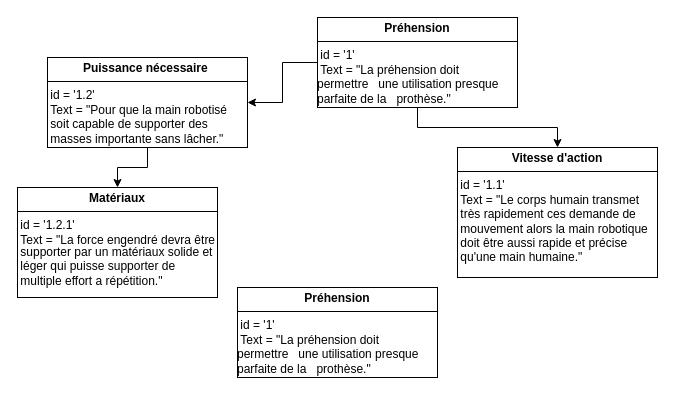
This is Diagramme sans nom.drawio from el2zay/main_robotise, a draw.io file, before an edit. Source tidied: cells renumbered, new cells numbered last; positions are measured from the earlier drawing's top-left corner, leaving out a move shared by most shapes. Both pictures are drawn from the tidied source at 100%, with x=0, y=0 at pixel (17, 17).
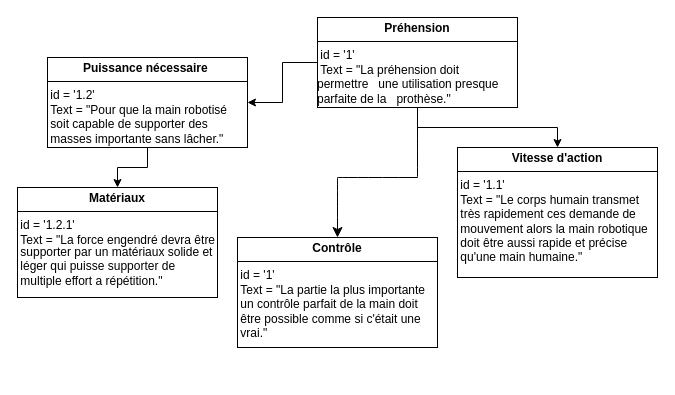
The same diagram, later.

Commit message:
Mettre à jour Diagramme sans nom.drawio

Change to the diagram source:
```diff
@@
 <mxGraphModel>
   <root>
     <mxCell id="0" />
     <mxCell id="1" parent="0" />
     <mxCell id="2" style="edgeStyle=orthogonalEdgeStyle;rounded=0;jettySize=auto;html=1;exitX=0.5;exitY=1;exitDx=0;exitDy=0;entryX=0.5;entryY=0;entryDx=0;entryDy=0;" parent="1" edge="1" source="4" target="5">
       <mxGeometry relative="1" as="geometry" />
     </mxCell>
     <mxCell id="3" style="edgeStyle=orthogonalEdgeStyle;rounded=0;jettySize=auto;html=1;entryX=1;entryY=0.5;entryDx=0;entryDy=0;" parent="1" edge="1" source="4" target="7">
       <mxGeometry relative="1" as="geometry" />
     </mxCell>
     <mxCell id="4" value="&lt;p style=&quot;margin:0px;margin-top:4px;text-align:center;&quot;&gt;&lt;b&gt;Préhension&lt;/b&gt;&lt;/p&gt;&lt;hr size=&quot;1&quot; style=&quot;border-style:solid;&quot;&gt;&amp;nbsp;id = '1'&lt;div style=&quot;height:2px;&quot;&gt;&amp;nbsp;Text = &quot;La préhension doit permettre&amp;nbsp; &amp;nbsp;une utilisation presque parfaite de la&amp;nbsp; &amp;nbsp;prothèse.&quot;&lt;/div&gt;" style="verticalAlign=top;align=left;overflow=fill;html=1;whiteSpace=wrap;" parent="1" vertex="1">
       <mxGeometry x="300" width="200" height="90" as="geometry" />
     </mxCell>
     <mxCell id="5" value="&lt;p style=&quot;margin:0px;margin-top:4px;text-align:center;&quot;&gt;&lt;b&gt;Vitesse d'action&lt;/b&gt;&lt;/p&gt;&lt;hr size=&quot;1&quot; style=&quot;border-style:solid;&quot;&gt;&amp;nbsp;id = '1.1'&lt;div style=&quot;height:2px;&quot;&gt;&amp;nbsp;Text = &quot;Le corps humain transmet&amp;nbsp; &amp;nbsp;très rapidement ces demande de&amp;nbsp; &amp;nbsp;mouvement alors la main robotique&amp;nbsp; &amp;nbsp;doit être aussi rapide et précise&amp;nbsp; &amp;nbsp;qu'une main humaine.&quot;&lt;/div&gt;" style="verticalAlign=top;align=left;overflow=fill;html=1;whiteSpace=wrap;" parent="1" vertex="1">
       <mxGeometry x="440" y="130" width="200" height="130" as="geometry" />
     </mxCell>
     <mxCell id="6" style="edgeStyle=orthogonalEdgeStyle;rounded=0;jettySize=auto;html=1;entryX=0.5;entryY=0;entryDx=0;entryDy=0;" parent="1" edge="1" source="7" target="8">
       <mxGeometry relative="1" as="geometry" />
     </mxCell>
     <mxCell id="7" value="&lt;p style=&quot;margin:0px;margin-top:4px;text-align:center;&quot;&gt;&lt;b&gt;Puissance nécessaire&amp;nbsp;&lt;/b&gt;&lt;/p&gt;&lt;hr size=&quot;1&quot; style=&quot;border-style:solid;&quot;&gt;&amp;nbsp;id = '1.2'&lt;div style=&quot;height:2px;&quot;&gt;&amp;nbsp;Text = &quot;Pour que la main robotisé&amp;nbsp; &amp;nbsp;soit capable de supporter des&amp;nbsp; &amp;nbsp;masses importante sans lâcher.&quot;&lt;/div&gt;" style="verticalAlign=top;align=left;overflow=fill;html=1;whiteSpace=wrap;" parent="1" vertex="1">
       <mxGeometry x="30" y="40" width="200" height="90" as="geometry" />
     </mxCell>
     <mxCell id="8" value="&lt;p style=&quot;margin:0px;margin-top:4px;text-align:center;&quot;&gt;&lt;b&gt;Matériaux&lt;/b&gt;&lt;/p&gt;&lt;hr size=&quot;1&quot; style=&quot;border-style:solid;&quot;&gt;&amp;nbsp;id = '1.2.1'&lt;div style=&quot;height:2px;&quot;&gt;&amp;nbsp;Text = &quot;La force engendré devra être&lt;/div&gt;&lt;div style=&quot;height:2px;&quot;&gt;&lt;br&gt;&lt;/div&gt;&lt;div style=&quot;height:2px;&quot;&gt;&lt;br&gt;&lt;/div&gt;&lt;div style=&quot;height:2px;&quot;&gt;&lt;br&gt;&lt;/div&gt;&lt;div style=&quot;height:2px;&quot;&gt;&lt;br&gt;&lt;/div&gt;&lt;div style=&quot;height:2px;&quot;&gt;&lt;br&gt;&lt;/div&gt;&lt;div style=&quot;height:2px;&quot;&gt;&amp;nbsp;supporter par un matériaux solide et&amp;nbsp; &amp;nbsp;léger qui puisse supporter de&amp;nbsp; &amp;nbsp;multiple effort a répétition.&quot;&lt;/div&gt;" style="verticalAlign=top;align=left;overflow=fill;html=1;whiteSpace=wrap;" parent="1" vertex="1">
       <mxGeometry y="170" width="200" height="110" as="geometry" />
     </mxCell>
-    <mxCell id="9" value="&lt;p style=&quot;margin:0px;margin-top:4px;text-align:center;&quot;&gt;&lt;b&gt;Préhension&lt;/b&gt;&lt;/p&gt;&lt;hr size=&quot;1&quot; style=&quot;border-style:solid;&quot;&gt;&amp;nbsp;id = '1'&lt;div style=&quot;height:2px;&quot;&gt;&amp;nbsp;Text = &quot;La préhension doit permettre&amp;nbsp; &amp;nbsp;une utilisation presque parfaite de la&amp;nbsp; &amp;nbsp;prothèse.&quot;&lt;/div&gt;" style="verticalAlign=top;align=left;overflow=fill;html=1;whiteSpace=wrap;" parent="1" vertex="1">
-      <mxGeometry x="220" y="270" width="200" height="90" as="geometry" />
+    <mxCell id="9" value="&lt;p style=&quot;margin:0px;margin-top:4px;text-align:center;&quot;&gt;&lt;b&gt;Contrôle&lt;/b&gt;&lt;/p&gt;&lt;hr size=&quot;1&quot; style=&quot;border-style:solid;&quot;&gt;&amp;nbsp;id = '1'&lt;div style=&quot;height:2px;&quot;&gt;&amp;nbsp;Text = &quot;La partie la plus importante&amp;nbsp; &amp;nbsp;un contrôle parfait de la main doit&amp;nbsp; &amp;nbsp;être possible comme si c'était une&amp;nbsp; &amp;nbsp;vrai.&quot;&lt;/div&gt;" style="verticalAlign=top;align=left;overflow=fill;html=1;whiteSpace=wrap;" parent="1" vertex="1">
+      <mxGeometry x="220" y="220" width="200" height="110" as="geometry" />
     </mxCell>
+    <mxCell id="10" style="endArrow=none;html=1;rounded=0;fontSize=12;startSize=8;endSize=8;curved=1;entryX=0.5;entryY=1;entryDx=0;entryDy=0;" parent="1" edge="1" target="4">
+      <mxGeometry relative="1" as="geometry">
+        <mxPoint x="400" y="160" as="sourcePoint" />
+      </mxGeometry>
+    </mxCell>
+    <mxCell id="11" style="endArrow=none;html=1;rounded=0;fontSize=12;startSize=8;endSize=8;curved=1;" parent="1" edge="1">
+      <mxGeometry relative="1" as="geometry">
+        <mxPoint x="320" y="160" as="sourcePoint" />
+        <mxPoint x="400" y="160" as="targetPoint" />
+      </mxGeometry>
+    </mxCell>
+    <mxCell id="12" style="endArrow=classic;html=1;rounded=0;fontSize=12;startSize=8;endSize=8;curved=1;entryX=0.5;entryY=0;entryDx=0;entryDy=0;" parent="1" edge="1" target="9">
+      <mxGeometry relative="1" as="geometry">
+        <mxPoint x="320" y="160" as="sourcePoint" />
+      </mxGeometry>
+    </mxCell>
   </root>
 </mxGraphModel>
```
